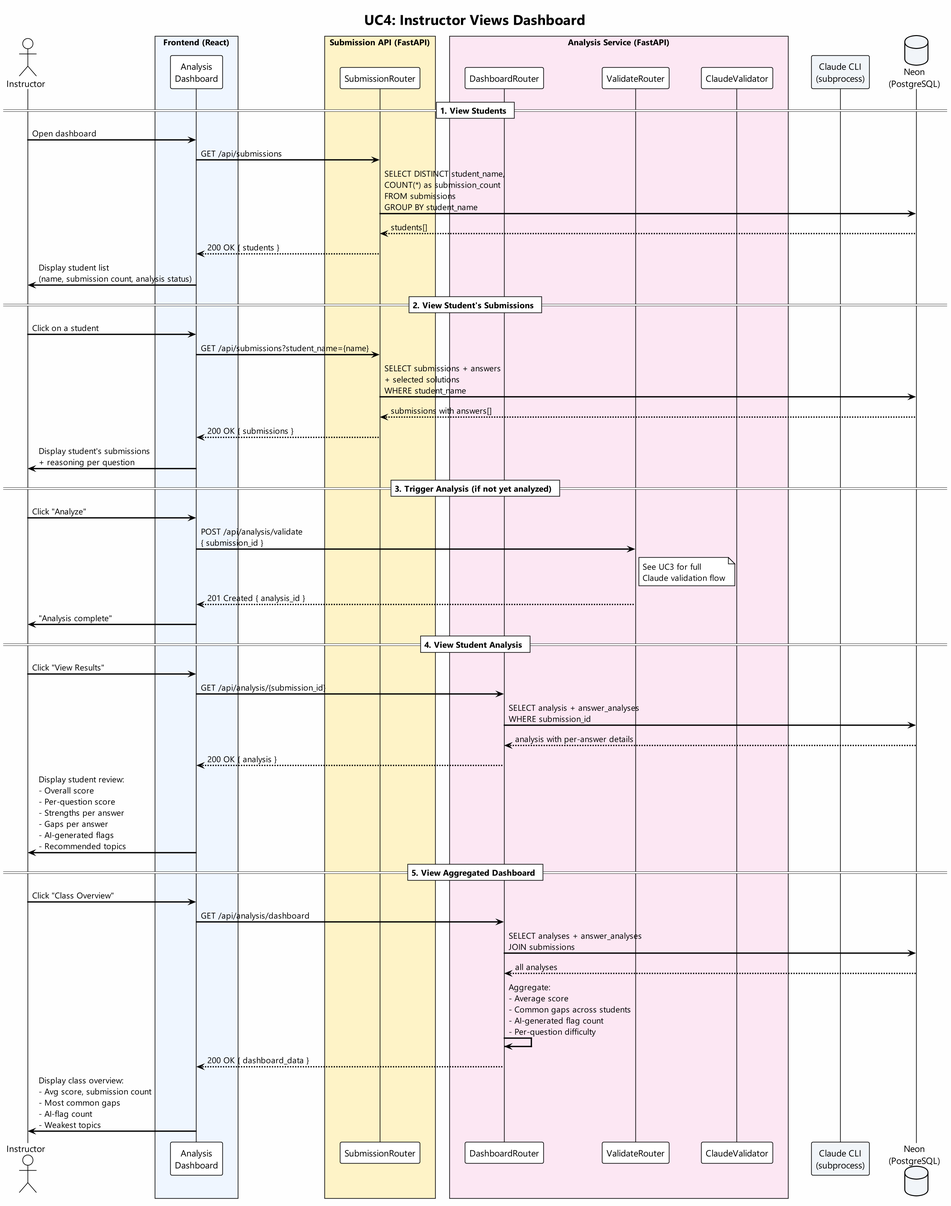
SRESamuel/ConHaccMania keeps this PlantUML diagram as docs/sequence-instructor-dashboard.png. Above is the earlier version.
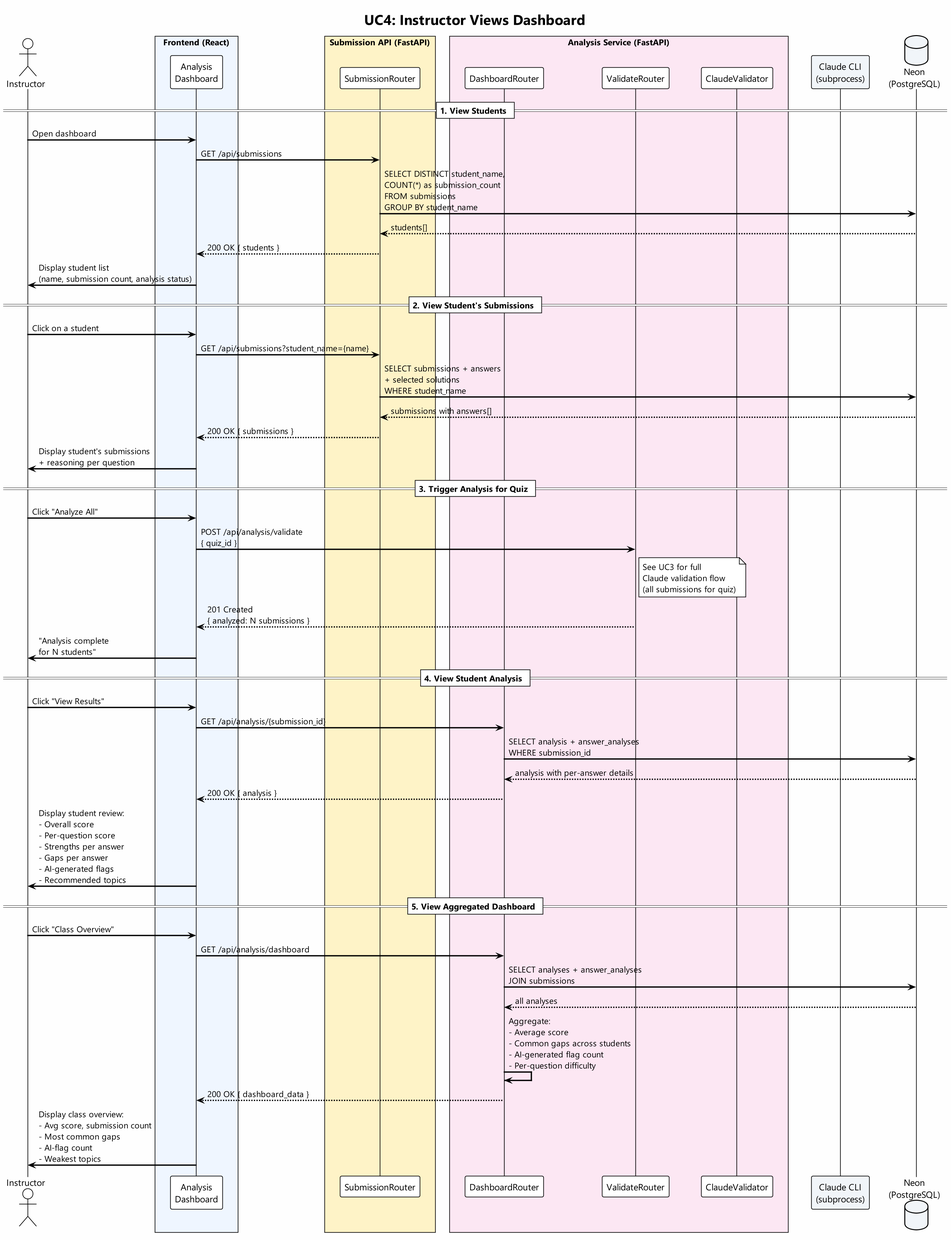
The same file after the commit.

Commit message:
docs: Validate by quiz_id, rewrite architecture, fix puml consistency

What changed in the source:
```diff
@@ -43,13 +43,13 @@
 SR --> AD : 200 OK { submissions }
 AD -> I : Display student's submissions\n+ reasoning per question
 
-== 3. Trigger Analysis (if not yet analyzed) ==
+== 3. Trigger Analysis for Quiz ==
 
-I -> AD : Click "Analyze"
-AD -> VR : POST /api/analysis/validate\n{ submission_id }
-note right of VR : See UC3 for full\nClaude validation flow
-VR --> AD : 201 Created { analysis_id }
-AD -> I : "Analysis complete"
+I -> AD : Click "Analyze All"
+AD -> VR : POST /api/analysis/validate\n{ quiz_id }
+note right of VR : See UC3 for full\nClaude validation flow\n(all submissions for quiz)
+VR --> AD : 201 Created\n{ analyzed: N submissions }
+AD -> I : "Analysis complete\nfor N students"
 
 == 4. View Student Analysis ==
 
```
